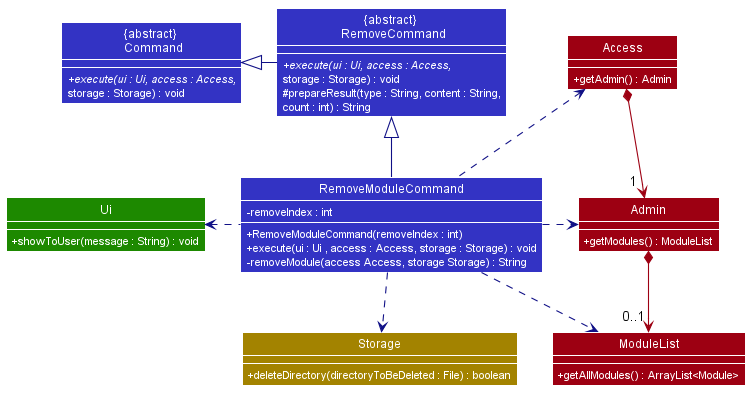
Earlier version of the PlantUML export docs/DG_Images/RemoveModuleCommandClassDiagram.png (nus-cs2113-AY2021S1/tp). The source it was exported from:
```plantuml
@startuml









skinparam BackgroundColor #FFFFFFF

skinparam Shadowing false

skinparam Class {
    FontColor #FFFFFF
    BorderThickness 1
    BorderColor #FFFFFF
    StereotypeFontColor #FFFFFF
    FontName Arial
}

skinparam Actor {
    BorderColor #000000
    Color #000000
    FontName Arial
}

skinparam Sequence {
    MessageAlign center
    BoxFontSize 15
    BoxPadding 0
    BoxFontColor #FFFFFF
    FontName Arial
}

skinparam Participant {
    FontColor #FFFFFFF
    Padding 20
}

skinparam MinClassWidth 50
skinparam ParticipantPadding 10
skinparam Shadowing false
skinparam DefaultTextAlignment center
skinparam packageStyle Rectangle
skinparam classAttributeIconSize 0
skinparam classAttributeFontColor white

hide footbox
hide members
hide circle
show member
skinparam arrowThickness 1.1

Class "{abstract} \n Command" as Command #3333C4 {
  + {abstract} execute(ui : Ui, access : Access,
  storage : Storage) : void
}

Class "{abstract} \n RemoveCommand" as RemoveCommand #3333C4 {
  + {abstract} execute(ui : Ui, access : Access,
  storage : Storage) : void
  # prepareResult(type : String, content : String,
  count : int) : String
}

Class "RemoveModuleCommand" as RemoveModuleCommand #3333C4 {
    + RemoveModuleCommand(removeIndex : int)
    - removeIndex : int
    + execute(ui : Ui , access : Access, storage : Storage) : void
    - removeModule(access Access, storage Storage) : String
}

Class "Access" as Access #9D0012 {
    + getAdmin() : Admin
}

Class "Admin" as Admin #9D0012 {
    + getModules() : ModuleList
}

Class "ModuleList" as ModuleList #9D0012 {
    + getAllModules() : ArrayList<Module>
}

Class "Ui" as Ui #1D8900 {
    + showToUser(message : String) : void
}

Class "Storage" as Storage #A38300 {
    + deleteDirectory(directoryToBeDeleted : File) : boolean
}

RemoveCommand -left[#101086]-|> Command
RemoveModuleCommand -up[#101086]-|> RemoveCommand
RemoveModuleCommand .down[#101086].> Storage
RemoveModuleCommand .left[#101086].> Ui
RemoveModuleCommand .up[#101086].> Access
RemoveModuleCommand .right[#101086].> Admin
RemoveModuleCommand .right[#101086].> ModuleList
Access *-down[#9D0012]-> "           1" Admin
Admin *-down[#9D0012]-> "   0..1" ModuleList
Storage -right[HIDDEN]-> ModuleList

@enduml
```
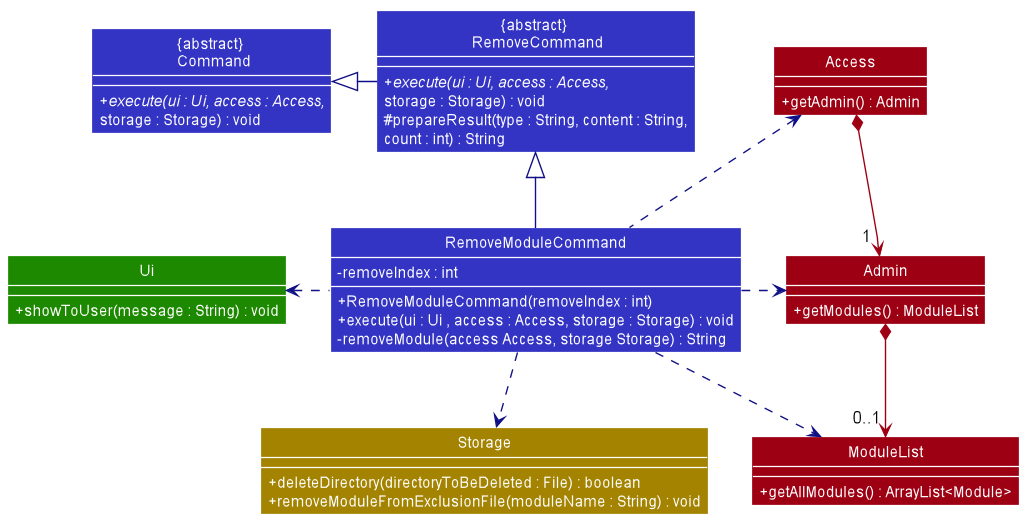
The same file after the commit.

What changed in the source:
```diff
@@ -1,4 +1,5 @@
 @startuml
+
 
 
 
@@ -46,6 +47,7 @@
 skinparam packageStyle Rectangle
 skinparam classAttributeIconSize 0
 skinparam classAttributeFontColor white
+skinparam classAttributeFontSize 12
 
 hide footbox
 hide members
@@ -90,6 +92,7 @@
 
 Class "Storage" as Storage #A38300 {
     + deleteDirectory(directoryToBeDeleted : File) : boolean
+    + removeModuleFromExclusionFile(moduleName : String) : void
 }
 
 RemoveCommand -left[#101086]-|> Command
```
